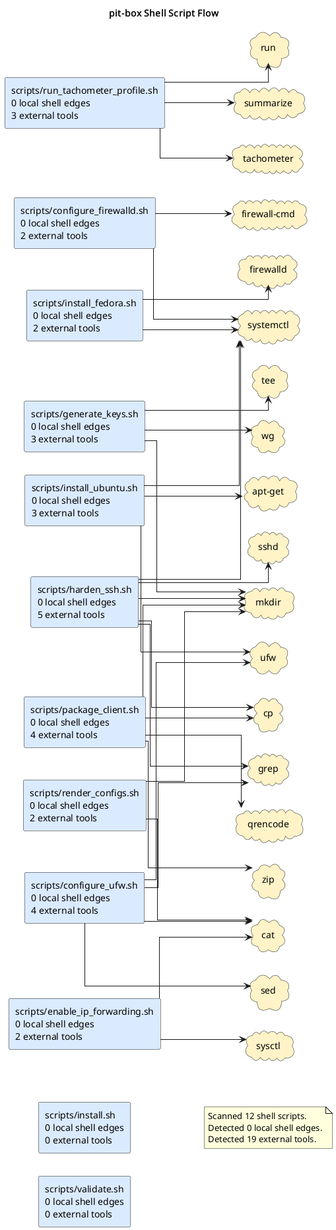
Before: docs/diagrams/shell-call-graph.puml.png, a diagram exported from PlantUML (casonk/pit-box).
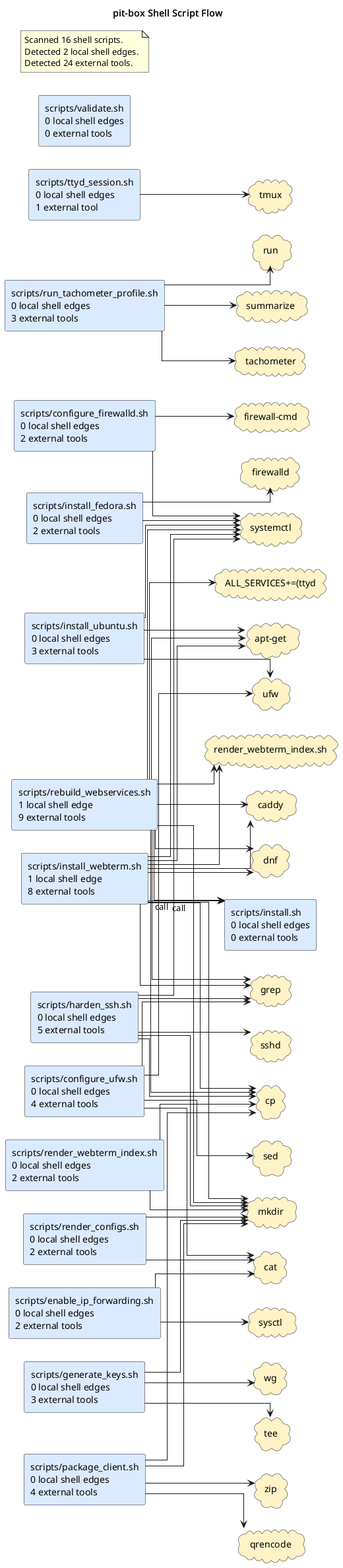
The same file after the commit.

Diff of the diagram source:
```diff
@@ -13,18 +13,26 @@
 rectangle "scripts/install.sh\n0 local shell edges\n0 external tools" as shell_scripts_install_sh #DBEAFE
 rectangle "scripts/install_fedora.sh\n0 local shell edges\n2 external tools" as shell_scripts_install_fedora_sh #DBEAFE
 rectangle "scripts/install_ubuntu.sh\n0 local shell edges\n3 external tools" as shell_scripts_install_ubuntu_sh #DBEAFE
+rectangle "scripts/install_webterm.sh\n1 local shell edge\n8 external tools" as shell_scripts_install_webterm_sh #DBEAFE
 rectangle "scripts/package_client.sh\n0 local shell edges\n4 external tools" as shell_scripts_package_client_sh #DBEAFE
+rectangle "scripts/rebuild_webservices.sh\n1 local shell edge\n9 external tools" as shell_scripts_rebuild_webservices_sh #DBEAFE
 rectangle "scripts/render_configs.sh\n0 local shell edges\n2 external tools" as shell_scripts_render_configs_sh #DBEAFE
+rectangle "scripts/render_webterm_index.sh\n0 local shell edges\n2 external tools" as shell_scripts_render_webterm_index_sh #DBEAFE
 rectangle "scripts/run_tachometer_profile.sh\n0 local shell edges\n3 external tools" as shell_scripts_run_tachometer_profile_sh #DBEAFE
+rectangle "scripts/ttyd_session.sh\n0 local shell edges\n1 external tool" as shell_scripts_ttyd_session_sh #DBEAFE
 rectangle "scripts/validate.sh\n0 local shell edges\n0 external tools" as shell_scripts_validate_sh #DBEAFE
+cloud "ALL_SERVICES+=(ttyd" as tool_all_services_ttyd #FEF3C7
 cloud "apt-get" as tool_apt_get #FEF3C7
+cloud "caddy" as tool_caddy #FEF3C7
 cloud "cat" as tool_cat #FEF3C7
 cloud "cp" as tool_cp #FEF3C7
+cloud "dnf" as tool_dnf #FEF3C7
 cloud "firewall-cmd" as tool_firewall_cmd #FEF3C7
 cloud "firewalld" as tool_firewalld #FEF3C7
 cloud "grep" as tool_grep #FEF3C7
 cloud "mkdir" as tool_mkdir #FEF3C7
 cloud "qrencode" as tool_qrencode #FEF3C7
+cloud "render_webterm_index.sh" as tool_render_webterm_index_sh #FEF3C7
 cloud "run" as tool_run #FEF3C7
 cloud "sed" as tool_sed #FEF3C7
 cloud "sshd" as tool_sshd #FEF3C7
@@ -33,9 +41,12 @@
 cloud "systemctl" as tool_systemctl #FEF3C7
 cloud "tachometer" as tool_tachometer #FEF3C7
 cloud "tee" as tool_tee #FEF3C7
+cloud "tmux" as tool_tmux #FEF3C7
 cloud "ufw" as tool_ufw #FEF3C7
 cloud "wg" as tool_wg #FEF3C7
 cloud "zip" as tool_zip #FEF3C7
+shell_scripts_install_webterm_sh --> shell_scripts_install_sh : call
+shell_scripts_rebuild_webservices_sh --> shell_scripts_install_sh : call
 shell_scripts_configure_firewalld_sh --> tool_firewall_cmd
 shell_scripts_configure_firewalld_sh --> tool_systemctl
 shell_scripts_configure_ufw_sh --> tool_cat
@@ -57,18 +68,38 @@
 shell_scripts_install_ubuntu_sh --> tool_apt_get
 shell_scripts_install_ubuntu_sh --> tool_systemctl
 shell_scripts_install_ubuntu_sh --> tool_ufw
+shell_scripts_install_webterm_sh --> tool_apt_get
+shell_scripts_install_webterm_sh --> tool_caddy
+shell_scripts_install_webterm_sh --> tool_cp
+shell_scripts_install_webterm_sh --> tool_dnf
+shell_scripts_install_webterm_sh --> tool_grep
+shell_scripts_install_webterm_sh --> tool_mkdir
+shell_scripts_install_webterm_sh --> tool_render_webterm_index_sh
+shell_scripts_install_webterm_sh --> tool_systemctl
 shell_scripts_package_client_sh --> tool_cp
 shell_scripts_package_client_sh --> tool_mkdir
 shell_scripts_package_client_sh --> tool_qrencode
 shell_scripts_package_client_sh --> tool_zip
+shell_scripts_rebuild_webservices_sh --> tool_all_services_ttyd
+shell_scripts_rebuild_webservices_sh --> tool_apt_get
+shell_scripts_rebuild_webservices_sh --> tool_caddy
+shell_scripts_rebuild_webservices_sh --> tool_cp
+shell_scripts_rebuild_webservices_sh --> tool_dnf
+shell_scripts_rebuild_webservices_sh --> tool_grep
+shell_scripts_rebuild_webservices_sh --> tool_mkdir
+shell_scripts_rebuild_webservices_sh --> tool_render_webterm_index_sh
+shell_scripts_rebuild_webservices_sh --> tool_systemctl
 shell_scripts_render_configs_sh --> tool_cat
 shell_scripts_render_configs_sh --> tool_mkdir
+shell_scripts_render_webterm_index_sh --> tool_cp
+shell_scripts_render_webterm_index_sh --> tool_mkdir
 shell_scripts_run_tachometer_profile_sh --> tool_run
 shell_scripts_run_tachometer_profile_sh --> tool_summarize
 shell_scripts_run_tachometer_profile_sh --> tool_tachometer
+shell_scripts_ttyd_session_sh --> tool_tmux
 note as shellGraphSummary
-Scanned 12 shell scripts.
-Detected 0 local shell edges.
-Detected 19 external tools.
+Scanned 16 shell scripts.
+Detected 2 local shell edges.
+Detected 24 external tools.
 end note
 @enduml
```
